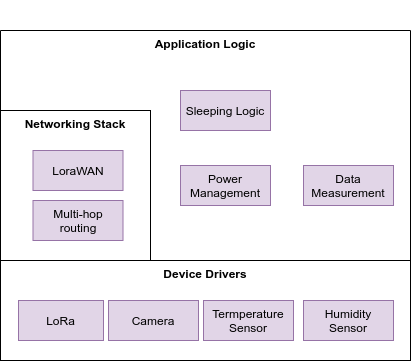
The draw.io diagram swNodeBD.png in plmwd/divide-and-conquer, before a commit. Source tidied: cells renumbered, new cells last; positions are measured from the earlier drawing's top-left corner, leaving out a move shared by most shapes.
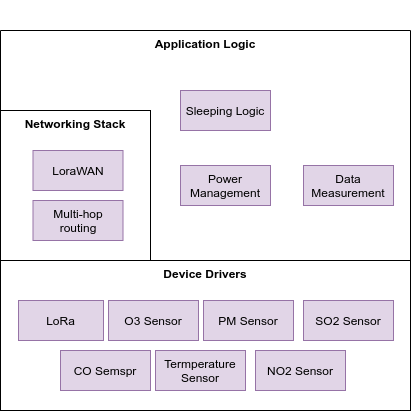
Later version of the same file.

What changed in the source:
```diff
@@ -3,7 +3,7 @@
     <mxCell id="0" />
     <mxCell id="1" parent="0" />
     <mxCell id="2" style="group;" parent="1" vertex="1">
-      <mxGeometry width="410" height="360" as="geometry" />
+      <mxGeometry width="410" height="410" as="geometry" />
     </mxCell>
     <mxCell id="3" value="Application Logic" style="rounded=0;whiteSpace=wrap;html=1;verticalAlign=top;fontStyle=1;strokeColor=none;" parent="2" vertex="1">
       <mxGeometry y="30" width="410" height="80" as="geometry" />
@@ -12,7 +12,7 @@
       <mxGeometry x="150" y="100" width="260" height="160" as="geometry" />
     </mxCell>
     <mxCell id="5" value="Device Drivers" style="rounded=0;whiteSpace=wrap;html=1;verticalAlign=top;fontStyle=1;" parent="2" vertex="1">
-      <mxGeometry y="260" width="410" height="100" as="geometry" />
+      <mxGeometry y="260" width="410" height="150" as="geometry" />
     </mxCell>
     <mxCell id="6" value="Networking Stack" style="rounded=0;whiteSpace=wrap;html=1;verticalAlign=top;fontStyle=1;" parent="2" vertex="1">
       <mxGeometry y="110" width="150" height="150" as="geometry" />
@@ -20,13 +20,13 @@
     <mxCell id="7" value="LoRa" style="rounded=0;whiteSpace=wrap;html=1;verticalAlign=middle;labelBackgroundColor=none;fillColor=#e1d5e7;strokeColor=#9673a6;fontStyle=0;" parent="2" vertex="1">
       <mxGeometry x="18" y="300" width="85" height="40" as="geometry" />
     </mxCell>
-    <mxCell id="8" value="Camera" style="rounded=0;whiteSpace=wrap;html=1;verticalAlign=middle;labelBackgroundColor=none;fillColor=#e1d5e7;strokeColor=#9673a6;fontStyle=0;" parent="2" vertex="1">
+    <mxCell id="8" value="O3 Sensor" style="rounded=0;whiteSpace=wrap;html=1;verticalAlign=middle;labelBackgroundColor=none;fillColor=#e1d5e7;strokeColor=#9673a6;fontStyle=0;" parent="2" vertex="1">
       <mxGeometry x="108" y="300" width="90" height="40" as="geometry" />
     </mxCell>
-    <mxCell id="9" value="Humidity Sensor" style="rounded=0;whiteSpace=wrap;html=1;verticalAlign=middle;labelBackgroundColor=none;fillColor=#e1d5e7;strokeColor=#9673a6;fontStyle=0;" parent="2" vertex="1">
+    <mxCell id="9" value="SO2 Sensor" style="rounded=0;whiteSpace=wrap;html=1;verticalAlign=middle;labelBackgroundColor=none;fillColor=#e1d5e7;strokeColor=#9673a6;fontStyle=0;" parent="2" vertex="1">
       <mxGeometry x="303" y="300" width="90" height="40" as="geometry" />
     </mxCell>
-    <mxCell id="10" value="Termperature Sensor" style="rounded=0;whiteSpace=wrap;html=1;verticalAlign=middle;labelBackgroundColor=none;fillColor=#e1d5e7;strokeColor=#9673a6;fontStyle=0;" parent="2" vertex="1">
+    <mxCell id="10" value="PM Sensor" style="rounded=0;whiteSpace=wrap;html=1;verticalAlign=middle;labelBackgroundColor=none;fillColor=#e1d5e7;strokeColor=#9673a6;fontStyle=0;" parent="2" vertex="1">
       <mxGeometry x="203" y="300" width="90" height="40" as="geometry" />
     </mxCell>
     <mxCell id="11" value="LoraWAN" style="rounded=0;whiteSpace=wrap;html=1;labelBackgroundColor=none;verticalAlign=middle;fillColor=#e1d5e7;strokeColor=#9673a6;" parent="2" vertex="1">
@@ -57,5 +57,14 @@
     <mxCell id="18" value="Power Management" style="rounded=0;whiteSpace=wrap;html=1;labelBackgroundColor=none;verticalAlign=middle;fillColor=#e1d5e7;strokeColor=#9673a6;" parent="2" vertex="1">
       <mxGeometry x="180" y="165" width="90" height="40" as="geometry" />
     </mxCell>
+    <mxCell id="19" value="CO Semspr" style="rounded=0;whiteSpace=wrap;html=1;verticalAlign=middle;labelBackgroundColor=none;fillColor=#e1d5e7;strokeColor=#9673a6;fontStyle=0;" parent="2" vertex="1">
+      <mxGeometry x="60" y="350" width="90" height="40" as="geometry" />
+    </mxCell>
+    <mxCell id="20" value="NO2 Sensor" style="rounded=0;whiteSpace=wrap;html=1;verticalAlign=middle;labelBackgroundColor=none;fillColor=#e1d5e7;strokeColor=#9673a6;fontStyle=0;" parent="2" vertex="1">
+      <mxGeometry x="255" y="350" width="90" height="40" as="geometry" />
+    </mxCell>
+    <mxCell id="21" value="Termperature Sensor" style="rounded=0;whiteSpace=wrap;html=1;verticalAlign=middle;labelBackgroundColor=none;fillColor=#e1d5e7;strokeColor=#9673a6;fontStyle=0;" parent="2" vertex="1">
+      <mxGeometry x="155" y="350" width="90" height="40" as="geometry" />
+    </mxCell>
   </root>
 </mxGraphModel>
```
